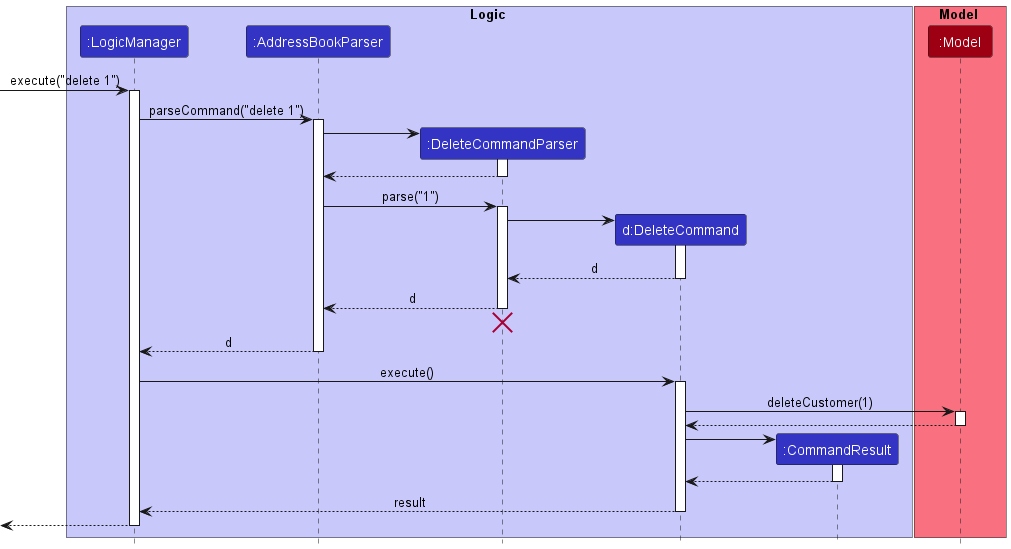
The PlantUML diagram docs/images/DeleteSequenceDiagram.png in nus-cs2103-AY2223S1/tp, before a commit. The source it was exported from:
```plantuml
@startuml
!include style.puml

box Logic LOGIC_COLOR_T1
participant ":LogicManager" as LogicManager LOGIC_COLOR
participant ":AddressBookParser" as AddressBookParser LOGIC_COLOR
participant ":DeleteCommandParser" as DeleteCommandParser LOGIC_COLOR
participant "d:DeleteCommand" as DeleteCommand LOGIC_COLOR
participant ":CommandResult" as CommandResult LOGIC_COLOR
end box

box Model MODEL_COLOR_T1
participant ":Model" as Model MODEL_COLOR
end box

[-> LogicManager : execute("delete 1")
activate LogicManager

LogicManager -> AddressBookParser : parseCommand("delete 1")
activate AddressBookParser

create DeleteCommandParser
AddressBookParser -> DeleteCommandParser
activate DeleteCommandParser

DeleteCommandParser --> AddressBookParser
deactivate DeleteCommandParser

AddressBookParser -> DeleteCommandParser : parse("1")
activate DeleteCommandParser

create DeleteCommand
DeleteCommandParser -> DeleteCommand
activate DeleteCommand

DeleteCommand --> DeleteCommandParser : d
deactivate DeleteCommand

DeleteCommandParser --> AddressBookParser : d
deactivate DeleteCommandParser
DeleteCommandParser -[hidden]-> AddressBookParser
destroy DeleteCommandParser

AddressBookParser --> LogicManager : d
deactivate AddressBookParser

LogicManager -> DeleteCommand : execute()
activate DeleteCommand

DeleteCommand -> Model : deleteCustomer(1)
activate Model

Model --> DeleteCommand
deactivate Model

create CommandResult
DeleteCommand -> CommandResult
activate CommandResult

CommandResult --> DeleteCommand
deactivate CommandResult

DeleteCommand --> LogicManager : result
deactivate DeleteCommand

[<--LogicManager
deactivate LogicManager
@enduml
```
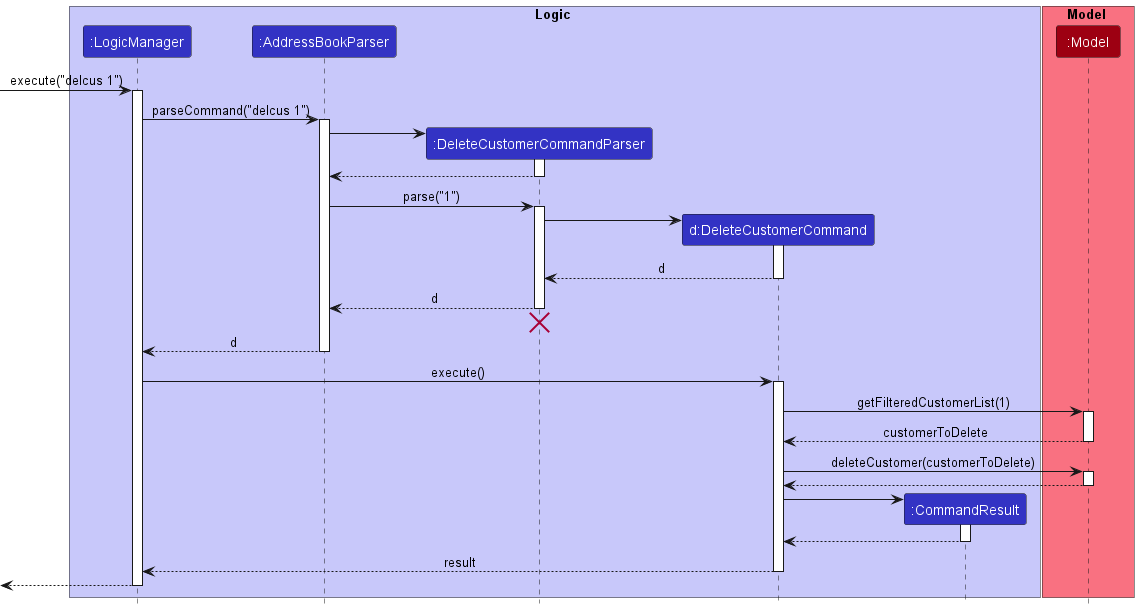
After the change.

The edit, as a diff of the source:
```diff
@@ -4,8 +4,8 @@
 box Logic LOGIC_COLOR_T1
 participant ":LogicManager" as LogicManager LOGIC_COLOR
 participant ":AddressBookParser" as AddressBookParser LOGIC_COLOR
-participant ":DeleteCommandParser" as DeleteCommandParser LOGIC_COLOR
-participant "d:DeleteCommand" as DeleteCommand LOGIC_COLOR
+participant ":DeleteCustomerCommandParser" as DeleteCustomerCommandParser LOGIC_COLOR
+participant "d:DeleteCustomerCommand" as DeleteCustomerCommand LOGIC_COLOR
 participant ":CommandResult" as CommandResult LOGIC_COLOR
 end box
 
@@ -13,55 +13,62 @@
 participant ":Model" as Model MODEL_COLOR
 end box
 
-[-> LogicManager : execute("delete 1")
+[-> LogicManager : execute("delcus 1")
 activate LogicManager
 
-LogicManager -> AddressBookParser : parseCommand("delete 1")
+LogicManager -> AddressBookParser : parseCommand("delcus 1")
 activate AddressBookParser
 
-create DeleteCommandParser
-AddressBookParser -> DeleteCommandParser
-activate DeleteCommandParser
+create DeleteCustomerCommandParser
+AddressBookParser -> DeleteCustomerCommandParser
+activate DeleteCustomerCommandParser
 
-DeleteCommandParser --> AddressBookParser
-deactivate DeleteCommandParser
+DeleteCustomerCommandParser --> AddressBookParser
+deactivate DeleteCustomerCommandParser
 
-AddressBookParser -> DeleteCommandParser : parse("1")
-activate DeleteCommandParser
+AddressBookParser -> DeleteCustomerCommandParser : parse("1")
+activate DeleteCustomerCommandParser
 
-create DeleteCommand
-DeleteCommandParser -> DeleteCommand
-activate DeleteCommand
+create DeleteCustomerCommand
+DeleteCustomerCommandParser -> DeleteCustomerCommand
+activate DeleteCustomerCommand
 
-DeleteCommand --> DeleteCommandParser : d
-deactivate DeleteCommand
+DeleteCustomerCommand --> DeleteCustomerCommandParser : d
+deactivate DeleteCustomerCommand
 
-DeleteCommandParser --> AddressBookParser : d
-deactivate DeleteCommandParser
-DeleteCommandParser -[hidden]-> AddressBookParser
-destroy DeleteCommandParser
+DeleteCustomerCommandParser --> AddressBookParser : d
+deactivate DeleteCustomerCommandParser
+DeleteCustomerCommandParser -[hidden]-> AddressBookParser
+destroy DeleteCustomerCommandParser
 
 AddressBookParser --> LogicManager : d
 deactivate AddressBookParser
 
-LogicManager -> DeleteCommand : execute()
-activate DeleteCommand
+LogicManager -> DeleteCustomerCommand : execute()
+activate DeleteCustomerCommand
 
-DeleteCommand -> Model : deleteCustomer(1)
+DeleteCustomerCommand -> Model : getFilteredCustomerList(1)
 activate Model
 
-Model --> DeleteCommand
+Model --> DeleteCustomerCommand : customerToDelete
+deactivate Model
+
+
+DeleteCustomerCommand -> Model : deleteCustomer(customerToDelete)
+activate Model
+
+Model --> DeleteCustomerCommand
 deactivate Model
 
 create CommandResult
-DeleteCommand -> CommandResult
+DeleteCustomerCommand -> CommandResult
 activate CommandResult
 
-CommandResult --> DeleteCommand
+CommandResult --> DeleteCustomerCommand
 deactivate CommandResult
 
-DeleteCommand --> LogicManager : result
-deactivate DeleteCommand
+DeleteCustomerCommand --> LogicManager : result
+deactivate DeleteCustomerCommand
 
 [<--LogicManager
 deactivate LogicManager
```
